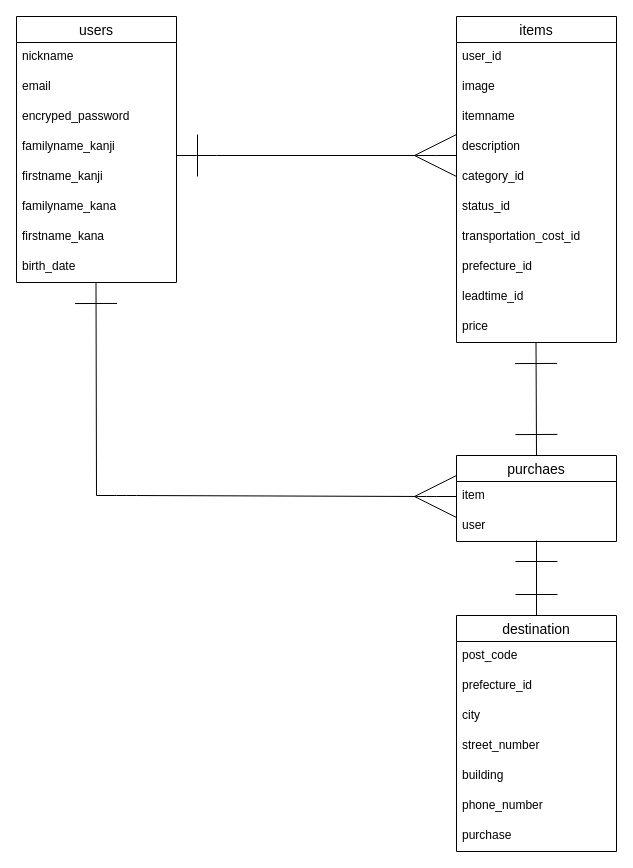
Before: erchart.dio in rea1ism/furima-37846, a draw.io diagram. Source tidied: cells renumbered, new cells numbered last; positions are measured from the earlier drawing's top-left corner, leaving out a move shared by most shapes. Both pictures are drawn from the tidied source at 100%, with x=0, y=0 at pixel (16, 16).
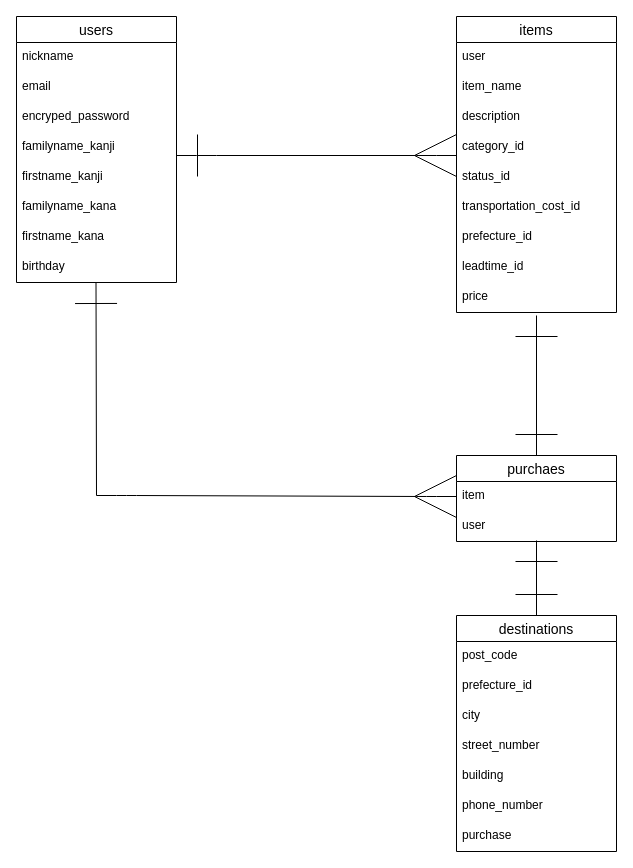
After the change.

Commit message (it also covers changes not shown here):
データベース設計の修正5th

Unchanged cells that the change refers to:
```xml
<mxCell id="2" value="purchaes" style="swimlane;fontStyle=0;horizontal=1;startSize=26;align=center;fontSize=14;" parent="1" vertex="1">
  <mxGeometry x="440" y="439" width="160" height="86" as="geometry" />
</mxCell>
<mxCell id="16" value="users" style="swimlane;fontStyle=0;horizontal=1;startSize=26;align=center;fontSize=14;" parent="1" vertex="1">
  <mxGeometry width="160" height="266" as="geometry" />
</mxCell>
```

Diff of the diagram source:
```diff
@@
     <mxCell id="5" value="items" style="swimlane;fontStyle=0;horizontal=1;startSize=26;align=center;fontSize=14;" parent="1" vertex="1">
-      <mxGeometry x="440" width="160" height="326" as="geometry" />
+      <mxGeometry x="440" width="160" height="296" as="geometry" />
     </mxCell>
-    <mxCell id="6" value="user_id" style="text;strokeColor=none;fillColor=none;spacingLeft=4;spacingRight=4;overflow=hidden;fontSize=12;" parent="5" vertex="1">
+    <mxCell id="6" value="user" style="text;strokeColor=none;fillColor=none;spacingLeft=4;spacingRight=4;overflow=hidden;fontSize=12;" parent="5" vertex="1">
       <mxGeometry y="26" width="160" height="30" as="geometry" />
     </mxCell>
-    <mxCell id="7" value="image" style="text;strokeColor=none;fillColor=none;spacingLeft=4;spacingRight=4;overflow=hidden;fontSize=12;" parent="5" vertex="1">
-      <mxGeometry y="56" width="160" height="30" as="geometry" />
-    </mxCell>
-    <mxCell id="8" value="itemname" style="text;strokeColor=none;fillColor=none;spacingLeft=4;spacingRight=4;overflow=hidden;fontSize=12;" parent="5" vertex="1">
-      <mxGeometry y="86" width="160" height="30" as="geometry" />
+    <mxCell id="8" value="item_name" style="text;strokeColor=none;fillColor=none;spacingLeft=4;spacingRight=4;overflow=hidden;fontSize=12;" parent="5" vertex="1">
+      <mxGeometry y="56" width="160" height="30" as="geometry" />
     </mxCell>
     <mxCell id="9" value="description" style="text;strokeColor=none;fillColor=none;spacingLeft=4;spacingRight=4;overflow=hidden;fontSize=12;" parent="5" vertex="1">
-      <mxGeometry y="116" width="160" height="30" as="geometry" />
+      <mxGeometry y="86" width="160" height="30" as="geometry" />
     </mxCell>
     <mxCell id="10" value="category_id" style="text;strokeColor=none;fillColor=none;spacingLeft=4;spacingRight=4;overflow=hidden;fontSize=12;" parent="5" vertex="1">
-      <mxGeometry y="146" width="160" height="30" as="geometry" />
+      <mxGeometry y="116" width="160" height="30" as="geometry" />
     </mxCell>
     <mxCell id="11" value="status_id" style="text;strokeColor=none;fillColor=none;spacingLeft=4;spacingRight=4;overflow=hidden;fontSize=12;" parent="5" vertex="1">
-      <mxGeometry y="176" width="160" height="30" as="geometry" />
+      <mxGeometry y="146" width="160" height="30" as="geometry" />
     </mxCell>
     <mxCell id="12" value="transportation_cost_id" style="text;strokeColor=none;fillColor=none;spacingLeft=4;spacingRight=4;overflow=hidden;fontSize=12;" parent="5" vertex="1">
-      <mxGeometry y="206" width="160" height="30" as="geometry" />
+      <mxGeometry y="176" width="160" height="30" as="geometry" />
     </mxCell>
     <mxCell id="13" value="prefecture_id" style="text;strokeColor=none;fillColor=none;spacingLeft=4;spacingRight=4;overflow=hidden;fontSize=12;" parent="5" vertex="1">
-      <mxGeometry y="236" width="160" height="30" as="geometry" />
+      <mxGeometry y="206" width="160" height="30" as="geometry" />
     </mxCell>
     <mxCell id="14" value="leadtime_id" style="text;strokeColor=none;fillColor=none;spacingLeft=4;spacingRight=4;overflow=hidden;fontSize=12;" parent="5" vertex="1">
-      <mxGeometry y="266" width="160" height="30" as="geometry" />
+      <mxGeometry y="236" width="160" height="30" as="geometry" />
     </mxCell>
     <mxCell id="15" value="price" style="text;strokeColor=none;fillColor=none;spacingLeft=4;spacingRight=4;overflow=hidden;fontSize=12;" parent="5" vertex="1">
-      <mxGeometry y="296" width="160" height="30" as="geometry" />
+      <mxGeometry y="266" width="160" height="30" as="geometry" />
     </mxCell>
@@
-    <mxCell id="24" value="birth_date" style="text;strokeColor=none;fillColor=none;spacingLeft=4;spacingRight=4;overflow=hidden;fontSize=12;" parent="16" vertex="1">
+    <mxCell id="24" value="birthday" style="text;strokeColor=none;fillColor=none;spacingLeft=4;spacingRight=4;overflow=hidden;fontSize=12;" parent="16" vertex="1">
       <mxGeometry y="236" width="160" height="30" as="geometry" />
     </mxCell>
@@
-    <mxCell id="26" style="endArrow=ERone;html=1;rounded=0;endSize=40;sourcePerimeterSpacing=0;targetPerimeterSpacing=8;strokeWidth=1;exitX=0.494;exitY=1.067;exitDx=0;exitDy=0;exitPerimeter=0;startArrow=ERone;startFill=0;startSize=40;endFill=0;entryX=0.5;entryY=0;entryDx=0;entryDy=0;" parent="1" edge="1" target="2">
+    <mxCell id="26" style="endArrow=ERone;html=1;rounded=0;endSize=40;sourcePerimeterSpacing=0;targetPerimeterSpacing=8;strokeWidth=1;startArrow=ERone;startFill=0;startSize=40;endFill=0;entryX=0.5;entryY=0;entryDx=0;entryDy=0;" parent="1" edge="1" target="2">
       <mxGeometry relative="1" as="geometry">
-        <mxPoint x="519.5" y="326" as="sourcePoint" />
+        <mxPoint x="520" y="299" as="sourcePoint" />
       </mxGeometry>
     </mxCell>
-    <mxCell id="27" value="destination" style="swimlane;fontStyle=0;horizontal=1;startSize=26;align=center;fontSize=14;" parent="1" vertex="1">
+    <mxCell id="27" value="destinations" style="swimlane;fontStyle=0;horizontal=1;startSize=26;align=center;fontSize=14;" parent="1" vertex="1">
       <mxGeometry x="440" y="599" width="160" height="236" as="geometry" />
     </mxCell>
```
